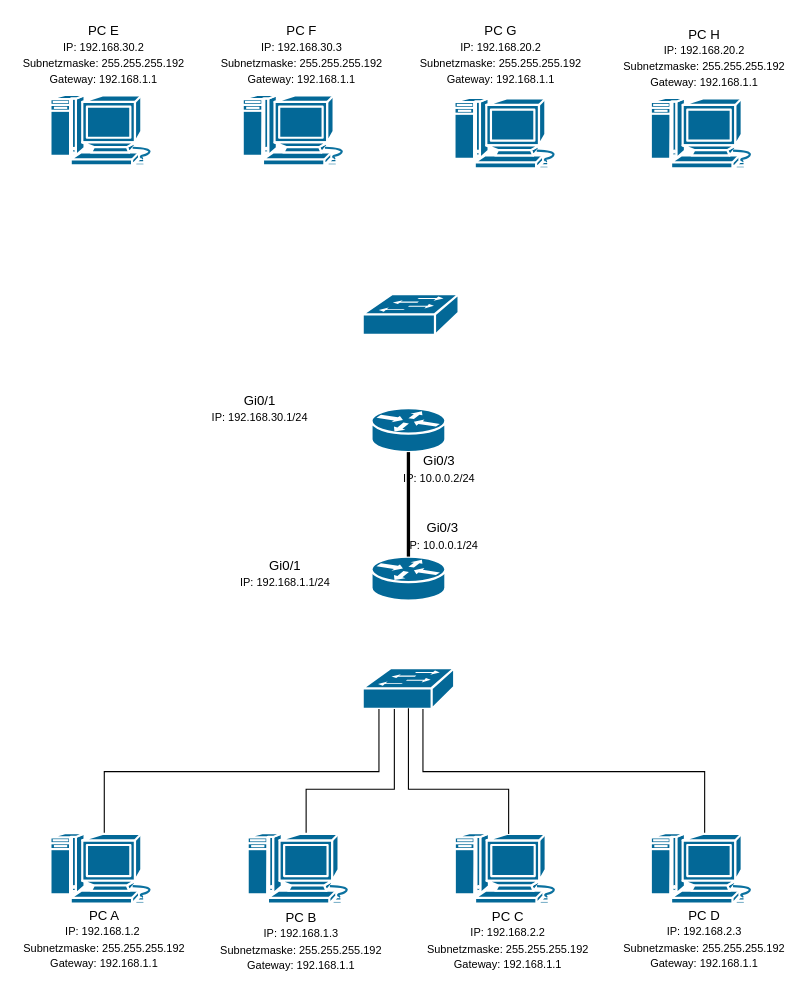
Above: Fehler Schicht 3.drawio in PLAD26/-MAC-Tabellen-und-Switching- (draw.io), before the change. Source tidied: cells renumbered, new cells numbered last; positions are measured from the earlier drawing's top-left corner, leaving out a move shared by most shapes. Both pictures are drawn from the tidied source at 110%, with x=0, y=0 at pixel (19, 19).
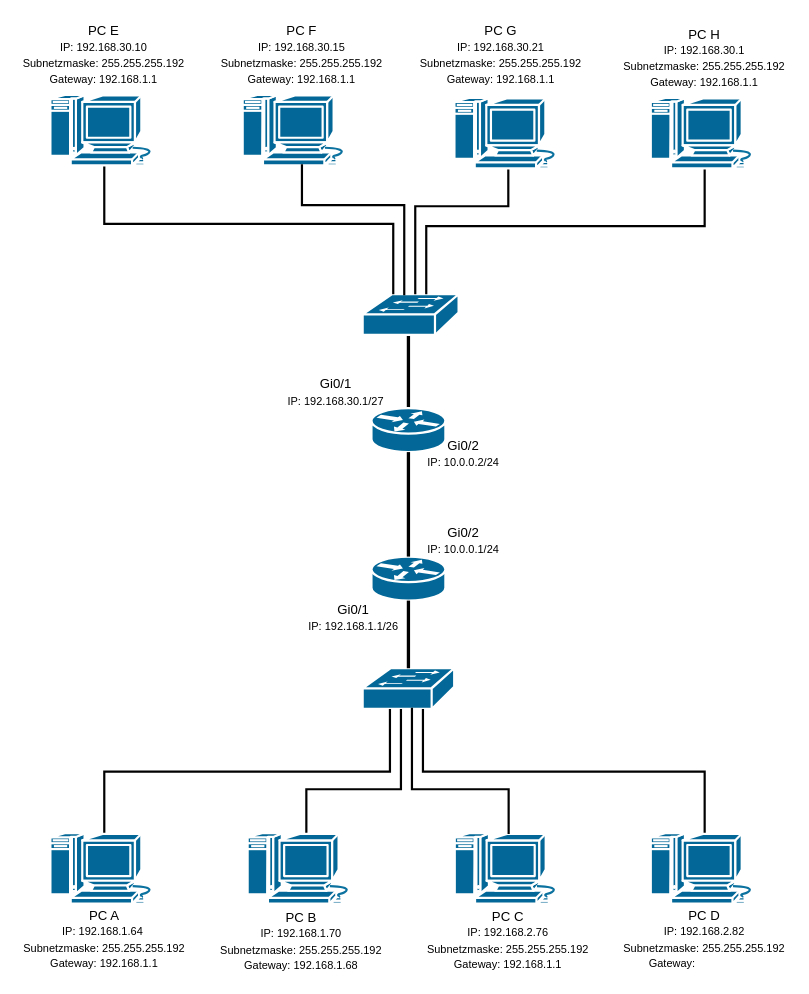
The same diagram, later.

The change refers to these unchanged cells:
```xml
<mxCell id="2" style="strokeColor=#ffffff;sketch=0;html=1;dashed=0;fillColor=#036897;strokeWidth=2;verticalLabelPosition=bottom;verticalAlign=top;align=center;outlineConnect=0;shape=mxgraph.cisco.routers.router;" parent="1" vertex="1">
  <mxGeometry x="320.2" y="488.5" width="67.2" height="40" as="geometry" />
</mxCell>
<mxCell id="3" style="strokeColor=#ffffff;sketch=0;html=1;dashed=0;fillColor=#036897;strokeWidth=2;verticalLabelPosition=bottom;verticalAlign=top;align=center;outlineConnect=0;shape=mxgraph.cisco.switches.workgroup_switch;" parent="1" vertex="1">
  <mxGeometry x="312.2" y="590" width="83.2" height="37" as="geometry" />
</mxCell>
<mxCell id="5" style="sketch=0;html=1;dashed=0;fillColor=#036897;strokeColor=#ffffff;strokeWidth=2;verticalLabelPosition=bottom;verticalAlign=top;align=center;outlineConnect=0;shape=mxgraph.cisco.computers_and_peripherals.macintosh;" parent="1" vertex="1">
  <mxGeometry x="27.8" y="740" width="99" height="64" as="geometry" />
</mxCell>
<mxCell id="8" style="sketch=0;html=1;dashed=0;fillColor=#036897;strokeColor=#ffffff;strokeWidth=2;verticalLabelPosition=bottom;verticalAlign=top;align=center;outlineConnect=0;shape=mxgraph.cisco.computers_and_peripherals.macintosh;" parent="1" vertex="1">
  <mxGeometry x="395.4" y="740" width="99" height="64" as="geometry" />
</mxCell>
<mxCell id="10" style="sketch=0;html=1;dashed=0;fillColor=#036897;strokeColor=#ffffff;strokeWidth=2;verticalLabelPosition=bottom;verticalAlign=top;align=center;outlineConnect=0;shape=mxgraph.cisco.computers_and_peripherals.macintosh;" parent="1" vertex="1">
  <mxGeometry x="573.6" y="740" width="99" height="64" as="geometry" />
</mxCell>
<mxCell id="16" style="strokeColor=#ffffff;sketch=0;html=1;dashed=0;fillColor=#036897;strokeWidth=2;verticalLabelPosition=bottom;verticalAlign=top;align=center;outlineConnect=0;shape=mxgraph.cisco.routers.router;" parent="1" vertex="1">
  <mxGeometry x="320.2" y="353.5" width="67.2" height="40" as="geometry" />
</mxCell>
<mxCell id="17" style="strokeColor=#ffffff;sketch=0;html=1;dashed=0;fillColor=#036897;strokeWidth=2;verticalLabelPosition=bottom;verticalAlign=top;align=center;outlineConnect=0;shape=mxgraph.cisco.switches.workgroup_switch;" parent="1" vertex="1">
  <mxGeometry x="312.2" y="250" width="87.2" height="37" as="geometry" />
</mxCell>
<mxCell id="18" style="sketch=0;html=1;dashed=0;fillColor=#036897;strokeColor=#ffffff;strokeWidth=2;verticalLabelPosition=bottom;verticalAlign=top;align=center;outlineConnect=0;shape=mxgraph.cisco.computers_and_peripherals.macintosh;" parent="1" vertex="1">
  <mxGeometry x="27.8" y="68.8" width="99" height="64" as="geometry" />
</mxCell>
<mxCell id="20" style="sketch=0;html=1;dashed=0;fillColor=#036897;strokeColor=#ffffff;strokeWidth=2;verticalLabelPosition=bottom;verticalAlign=top;align=center;outlineConnect=0;shape=mxgraph.cisco.computers_and_peripherals.macintosh;" parent="1" vertex="1">
  <mxGeometry x="395.1" y="71.5" width="99" height="64" as="geometry" />
</mxCell>
<mxCell id="21" style="sketch=0;html=1;dashed=0;fillColor=#036897;strokeColor=#ffffff;strokeWidth=2;verticalLabelPosition=bottom;verticalAlign=top;align=center;outlineConnect=0;shape=mxgraph.cisco.computers_and_peripherals.macintosh;" parent="1" vertex="1">
  <mxGeometry x="573.6" y="71.5" width="99" height="64" as="geometry" />
</mxCell>
```

Change to the diagram source:
```diff
@@
-    <mxCell id="4" style="edgeStyle=orthogonalEdgeStyle;rounded=0;jettySize=auto;html=1;exitX=0.5;exitY=0.01;exitDx=0;exitDy=0;exitPerimeter=0;endArrow=none;endFill=0;" parent="1" edge="1" source="5" target="3">
+    <mxCell id="4" style="edgeStyle=orthogonalEdgeStyle;rounded=0;jettySize=auto;html=1;exitX=0.5;exitY=0.01;exitDx=0;exitDy=0;exitPerimeter=0;endArrow=none;endFill=0;strokeWidth=2;" parent="1" edge="1" source="5" target="3">
       <mxGeometry relative="1" as="geometry">
         <Array as="points">
           <mxPoint x="77" y="684" />
-          <mxPoint x="327" y="684" />
+          <mxPoint x="337" y="684" />
         </Array>
       </mxGeometry>
     </mxCell>
@@
-    <mxCell id="6" style="edgeStyle=orthogonalEdgeStyle;rounded=0;jettySize=auto;html=1;exitX=0.5;exitY=0.01;exitDx=0;exitDy=0;exitPerimeter=0;endArrow=none;endFill=0;" parent="1" edge="1" target="3">
+    <mxCell id="6" style="edgeStyle=orthogonalEdgeStyle;rounded=0;jettySize=auto;html=1;exitX=0.5;exitY=0.01;exitDx=0;exitDy=0;exitPerimeter=0;endArrow=none;endFill=0;strokeWidth=2;" parent="1" edge="1" target="3">
       <mxGeometry relative="1" as="geometry">
-        <mxPoint x="260.8" y="740.6" as="sourcePoint" />
+        <mxPoint x="260" y="740.6" as="sourcePoint" />
         <Array as="points">
+          <mxPoint x="261" y="741" />
           <mxPoint x="261" y="700" />
-          <mxPoint x="341" y="700" />
+          <mxPoint x="347" y="700" />
         </Array>
       </mxGeometry>
     </mxCell>
@@
-    <mxCell id="9" style="edgeStyle=orthogonalEdgeStyle;rounded=0;jettySize=auto;html=1;exitX=0.5;exitY=0.01;exitDx=0;exitDy=0;exitPerimeter=0;endArrow=none;endFill=0;" parent="1" edge="1" source="10" target="3">
+    <mxCell id="9" style="edgeStyle=orthogonalEdgeStyle;rounded=0;jettySize=auto;html=1;exitX=0.5;exitY=0.01;exitDx=0;exitDy=0;exitPerimeter=0;endArrow=none;endFill=0;strokeWidth=2;" parent="1" edge="1" source="10" target="3">
       <mxGeometry relative="1" as="geometry">
         <Array as="points">
           <mxPoint x="623" y="684" />
           <mxPoint x="367" y="684" />
         </Array>
       </mxGeometry>
     </mxCell>
@@
-    <mxCell id="11" value="PC A&lt;div&gt;&lt;font style=&quot;font-size: 10px;&quot;&gt;IP: 192.168.1.2&amp;nbsp;&lt;/font&gt;&lt;/div&gt;&lt;div&gt;&lt;font style=&quot;font-size: 10px;&quot;&gt;Subnetzmaske: 255.255.255.192&lt;/font&gt;&lt;/div&gt;&lt;div&gt;&lt;font style=&quot;font-size: 10px;&quot;&gt;Gateway: 192.168.1.1&lt;/font&gt;&lt;/div&gt;" style="text;html=1;whiteSpace=wrap;strokeColor=none;fillColor=none;align=center;verticalAlign=middle;rounded=0;" parent="1" vertex="1">
+    <mxCell id="11" value="PC A&lt;div&gt;&lt;font style=&quot;font-size: 10px;&quot;&gt;IP: 192.168.1.64&amp;nbsp;&lt;/font&gt;&lt;/div&gt;&lt;div&gt;&lt;font style=&quot;font-size: 10px;&quot;&gt;Subnetzmaske: 255.255.255.192&lt;/font&gt;&lt;/div&gt;&lt;div&gt;&lt;font style=&quot;font-size: 10px;&quot;&gt;Gateway: 192.168.1.1&lt;/font&gt;&lt;/div&gt;" style="text;html=1;whiteSpace=wrap;strokeColor=none;fillColor=none;align=center;verticalAlign=middle;rounded=0;" parent="1" vertex="1">
       <mxGeometry y="807.5" width="154.6" height="56" as="geometry" />
     </mxCell>
-    <mxCell id="12" value="PC B&lt;div&gt;&lt;font style=&quot;font-size: 10px;&quot;&gt;IP: 192.168.1.3&lt;/font&gt;&lt;/div&gt;&lt;div&gt;&lt;font style=&quot;font-size: 10px;&quot;&gt;&lt;div style=&quot;font-size: 12px;&quot;&gt;&lt;div&gt;&lt;span style=&quot;font-size: 10px; background-color: transparent; color: light-dark(rgb(0, 0, 0), rgb(255, 255, 255));&quot;&gt;Subnetzmaske: 255.255.255.192&lt;/span&gt;&lt;/div&gt;&lt;div&gt;&lt;font style=&quot;font-size: 10px;&quot;&gt;Gateway: 192.168.1.1&lt;/font&gt;&lt;/div&gt;&lt;/div&gt;&lt;/font&gt;&lt;/div&gt;" style="text;html=1;whiteSpace=wrap;strokeColor=none;fillColor=none;align=center;verticalAlign=middle;rounded=0;" parent="1" vertex="1">
+    <mxCell id="12" value="PC B&lt;div&gt;&lt;font style=&quot;font-size: 10px;&quot;&gt;IP: 192.168.1.70&lt;/font&gt;&lt;/div&gt;&lt;div&gt;&lt;font style=&quot;font-size: 10px;&quot;&gt;&lt;div style=&quot;font-size: 12px;&quot;&gt;&lt;div&gt;&lt;span style=&quot;font-size: 10px; background-color: transparent; color: light-dark(rgb(0, 0, 0), rgb(255, 255, 255));&quot;&gt;Subnetzmaske: 255.255.255.192&lt;/span&gt;&lt;/div&gt;&lt;div&gt;&lt;font style=&quot;font-size: 10px;&quot;&gt;Gateway: 192.168.1.68&lt;/font&gt;&lt;/div&gt;&lt;/div&gt;&lt;/font&gt;&lt;/div&gt;" style="text;html=1;whiteSpace=wrap;strokeColor=none;fillColor=none;align=center;verticalAlign=middle;rounded=0;" parent="1" vertex="1">
       <mxGeometry x="172.3" y="806.5" width="168.9" height="63" as="geometry" />
     </mxCell>
-    <mxCell id="13" value="PC C&lt;div&gt;&lt;font style=&quot;font-size: 10px;&quot;&gt;IP: 192.168.2.2&lt;/font&gt;&lt;/div&gt;&lt;div&gt;&lt;font style=&quot;font-size: 10px;&quot;&gt;&lt;div style=&quot;font-size: 12px;&quot;&gt;&lt;div&gt;&lt;font style=&quot;font-size: 10px;&quot;&gt;Subnetzmaske: 255.255.255.192&lt;/font&gt;&lt;/div&gt;&lt;div&gt;&lt;font style=&quot;font-size: 10px;&quot;&gt;Gateway: 192.168.1.1&lt;/font&gt;&lt;/div&gt;&lt;/div&gt;&lt;/font&gt;&lt;/div&gt;" style="text;html=1;whiteSpace=wrap;strokeColor=none;fillColor=none;align=center;verticalAlign=middle;rounded=0;" parent="1" vertex="1">
+    <mxCell id="13" value="PC C&lt;div&gt;&lt;font style=&quot;font-size: 10px;&quot;&gt;IP: 192.168.2.76&lt;/font&gt;&lt;/div&gt;&lt;div&gt;&lt;font style=&quot;font-size: 10px;&quot;&gt;&lt;div style=&quot;font-size: 12px;&quot;&gt;&lt;div&gt;&lt;font style=&quot;font-size: 10px;&quot;&gt;Subnetzmaske: 255.255.255.192&lt;/font&gt;&lt;/div&gt;&lt;div&gt;&lt;font style=&quot;font-size: 10px;&quot;&gt;Gateway: 192.168.1.1&lt;/font&gt;&lt;/div&gt;&lt;/div&gt;&lt;/font&gt;&lt;/div&gt;" style="text;html=1;whiteSpace=wrap;strokeColor=none;fillColor=none;align=center;verticalAlign=middle;rounded=0;" parent="1" vertex="1">
       <mxGeometry x="357.1" y="805.5" width="175" height="63" as="geometry" />
     </mxCell>
-    <mxCell id="14" value="Gi0/1&lt;br&gt;&lt;div&gt;&lt;font style=&quot;font-size: 10px;&quot;&gt;IP: 192.168.1.1/24&lt;/font&gt;&lt;/div&gt;" style="text;html=1;whiteSpace=wrap;strokeColor=none;fillColor=none;align=center;verticalAlign=middle;rounded=0;" parent="1" vertex="1">
-      <mxGeometry x="189.1" y="488.5" width="105.8" height="30" as="geometry" />
+    <mxCell id="14" value="Gi0/1&lt;br&gt;&lt;div&gt;&lt;font style=&quot;font-size: 10px;&quot;&gt;IP: 192.168.1.1/26&lt;/font&gt;&lt;/div&gt;" style="text;html=1;whiteSpace=wrap;strokeColor=none;fillColor=none;align=center;verticalAlign=middle;rounded=0;" parent="1" vertex="1">
+      <mxGeometry x="251.3" y="528.5" width="105.8" height="30" as="geometry" />
     </mxCell>
-    <mxCell id="15" value="PC D&lt;div&gt;&lt;font style=&quot;font-size: 10px;&quot;&gt;IP: 192.168.2.3&lt;/font&gt;&lt;/div&gt;&lt;div&gt;&lt;font style=&quot;font-size: 10px;&quot;&gt;&lt;div style=&quot;font-size: 12px;&quot;&gt;&lt;div&gt;&lt;font style=&quot;font-size: 10px;&quot;&gt;Subnetzmaske: 255.255.255.192&lt;/font&gt;&lt;/div&gt;&lt;div&gt;&lt;font style=&quot;font-size: 10px;&quot;&gt;Gateway: 192.168.1.1&lt;/font&gt;&lt;/div&gt;&lt;/div&gt;&lt;/font&gt;&lt;/div&gt;" style="text;html=1;whiteSpace=wrap;strokeColor=none;fillColor=none;align=center;verticalAlign=middle;rounded=0;" parent="1" vertex="1">
+    <mxCell id="15" value="PC D&lt;div&gt;&lt;font style=&quot;font-size: 10px;&quot;&gt;IP: 192.168.2.82&lt;/font&gt;&lt;/div&gt;&lt;div&gt;&lt;font style=&quot;font-size: 10px;&quot;&gt;&lt;div style=&quot;font-size: 12px;&quot;&gt;&lt;div&gt;&lt;font style=&quot;font-size: 10px;&quot;&gt;Subnetzmaske: 255.255.255.192&lt;/font&gt;&lt;/div&gt;&lt;div&gt;&lt;font style=&quot;font-size: 10px;&quot;&gt;Gateway:&amp;nbsp; &amp;nbsp; &amp;nbsp; &amp;nbsp; &amp;nbsp; &amp;nbsp; &amp;nbsp; &amp;nbsp; &amp;nbsp; &amp;nbsp; &amp;nbsp;&lt;/font&gt;&lt;/div&gt;&lt;/div&gt;&lt;/font&gt;&lt;/div&gt;" style="text;html=1;whiteSpace=wrap;strokeColor=none;fillColor=none;align=center;verticalAlign=middle;rounded=0;" parent="1" vertex="1">
       <mxGeometry x="546.1" y="804" width="154" height="63" as="geometry" />
     </mxCell>
+    <mxCell id="31" style="edgeStyle=orthogonalEdgeStyle;rounded=0;jettySize=auto;html=1;exitX=0.5;exitY=0;exitDx=0;exitDy=0;exitPerimeter=0;endArrow=none;endFill=0;strokeWidth=3;" parent="1" edge="1" source="16" target="17">
+      <mxGeometry relative="1" as="geometry">
+        <Array as="points">
+          <mxPoint x="354" y="300" />
+          <mxPoint x="354" y="300" />
+        </Array>
+      </mxGeometry>
+    </mxCell>
@@
+    <mxCell id="32" style="edgeStyle=orthogonalEdgeStyle;rounded=0;jettySize=auto;html=1;exitX=0.5;exitY=1;exitDx=0;exitDy=0;exitPerimeter=0;endArrow=none;endFill=0;strokeWidth=2;" parent="1" edge="1" source="18">
+      <mxGeometry relative="1" as="geometry">
+        <mxPoint x="340" y="250" as="targetPoint" />
+        <Array as="points">
+          <mxPoint x="77" y="186" />
+          <mxPoint x="340" y="186" />
+        </Array>
+      </mxGeometry>
+    </mxCell>
@@
+    <mxCell id="33" style="edgeStyle=orthogonalEdgeStyle;rounded=0;jettySize=auto;html=1;endArrow=none;endFill=0;strokeWidth=2;targetPerimeterSpacing=-1;exitX=0.5;exitY=1;exitDx=0;exitDy=0;exitPerimeter=0;" parent="1" edge="1" target="17">
+      <mxGeometry relative="1" as="geometry">
+        <mxPoint x="257" y="131.8" as="sourcePoint" />
+        <Array as="points">
+          <mxPoint x="257" y="169" />
+          <mxPoint x="350" y="169" />
+        </Array>
+      </mxGeometry>
+    </mxCell>
+    <mxCell id="34" style="edgeStyle=orthogonalEdgeStyle;rounded=0;jettySize=auto;html=1;exitX=0.5;exitY=1;exitDx=0;exitDy=0;exitPerimeter=0;endArrow=none;endFill=0;strokeWidth=2;" parent="1" edge="1" source="20" target="17">
+      <mxGeometry relative="1" as="geometry">
+        <Array as="points">
+          <mxPoint x="445" y="170" />
+          <mxPoint x="360" y="170" />
+        </Array>
+      </mxGeometry>
+    </mxCell>
@@
+    <mxCell id="35" style="edgeStyle=orthogonalEdgeStyle;rounded=0;jettySize=auto;html=1;exitX=0.5;exitY=1;exitDx=0;exitDy=0;exitPerimeter=0;endArrow=none;endFill=0;strokeWidth=2;" parent="1" edge="1" source="21" target="17">
+      <mxGeometry relative="1" as="geometry">
+        <Array as="points">
+          <mxPoint x="623" y="188" />
+          <mxPoint x="370" y="188" />
+        </Array>
+      </mxGeometry>
+    </mxCell>
@@
-    <mxCell id="22" value="PC E&lt;div&gt;&lt;font style=&quot;font-size: 10px;&quot;&gt;IP: 192.168.30.2&lt;/font&gt;&lt;/div&gt;&lt;div&gt;&lt;font style=&quot;font-size: 10px;&quot;&gt;&lt;div style=&quot;font-size: 12px;&quot;&gt;&lt;div&gt;&lt;font style=&quot;font-size: 10px;&quot;&gt;Subnetzmaske: 255.255.255.192&lt;/font&gt;&lt;/div&gt;&lt;div&gt;&lt;font style=&quot;font-size: 10px;&quot;&gt;Gateway: 192.168.1.1&lt;/font&gt;&lt;/div&gt;&lt;/div&gt;&lt;/font&gt;&lt;/div&gt;" style="text;html=1;whiteSpace=wrap;strokeColor=none;fillColor=none;align=center;verticalAlign=middle;rounded=0;" parent="1" vertex="1">
+    <mxCell id="22" value="PC E&lt;div&gt;&lt;font style=&quot;font-size: 10px;&quot;&gt;IP: 192.168.30.10&lt;/font&gt;&lt;/div&gt;&lt;div&gt;&lt;font style=&quot;font-size: 10px;&quot;&gt;&lt;div style=&quot;font-size: 12px;&quot;&gt;&lt;div&gt;&lt;font style=&quot;font-size: 10px;&quot;&gt;Subnetzmaske: 255.255.255.192&lt;/font&gt;&lt;/div&gt;&lt;div&gt;&lt;font style=&quot;font-size: 10px;&quot;&gt;Gateway: 192.168.1.1&lt;/font&gt;&lt;/div&gt;&lt;/div&gt;&lt;/font&gt;&lt;/div&gt;" style="text;html=1;whiteSpace=wrap;strokeColor=none;fillColor=none;align=center;verticalAlign=middle;rounded=0;" parent="1" vertex="1">
       <mxGeometry width="154.2" height="63" as="geometry" />
     </mxCell>
-    <mxCell id="23" value="PC F&lt;div&gt;&lt;font style=&quot;font-size: 10px;&quot;&gt;IP: 192.168.30.3&lt;/font&gt;&lt;/div&gt;&lt;div&gt;&lt;font style=&quot;font-size: 10px;&quot;&gt;&lt;div style=&quot;font-size: 12px;&quot;&gt;&lt;div&gt;&lt;font style=&quot;font-size: 10px;&quot;&gt;Subnetzmaske: 255.255.255.192&lt;/font&gt;&lt;/div&gt;&lt;div&gt;&lt;font style=&quot;font-size: 10px;&quot;&gt;Gateway: 192.168.1.1&lt;/font&gt;&lt;/div&gt;&lt;/div&gt;&lt;/font&gt;&lt;/div&gt;" style="text;html=1;whiteSpace=wrap;strokeColor=none;fillColor=none;align=center;verticalAlign=middle;rounded=0;" parent="1" vertex="1">
+    <mxCell id="23" value="PC F&lt;div&gt;&lt;font style=&quot;font-size: 10px;&quot;&gt;IP: 192.168.30.15&lt;/font&gt;&lt;/div&gt;&lt;div&gt;&lt;font style=&quot;font-size: 10px;&quot;&gt;&lt;div style=&quot;font-size: 12px;&quot;&gt;&lt;div&gt;&lt;font style=&quot;font-size: 10px;&quot;&gt;Subnetzmaske: 255.255.255.192&lt;/font&gt;&lt;/div&gt;&lt;div&gt;&lt;font style=&quot;font-size: 10px;&quot;&gt;Gateway: 192.168.1.1&lt;/font&gt;&lt;/div&gt;&lt;/div&gt;&lt;/font&gt;&lt;/div&gt;" style="text;html=1;whiteSpace=wrap;strokeColor=none;fillColor=none;align=center;verticalAlign=middle;rounded=0;" parent="1" vertex="1">
       <mxGeometry x="181.7" y="5.8" width="149.8" height="51.5" as="geometry" />
     </mxCell>
-    <mxCell id="24" value="PC G&lt;div&gt;&lt;font style=&quot;font-size: 10px;&quot;&gt;IP: 192.168.20.2&lt;/font&gt;&lt;/div&gt;&lt;div&gt;&lt;font style=&quot;font-size: 10px;&quot;&gt;&lt;div style=&quot;font-size: 12px;&quot;&gt;&lt;div&gt;&lt;font style=&quot;font-size: 10px;&quot;&gt;Subnetzmaske: 255.255.255.192&lt;/font&gt;&lt;/div&gt;&lt;div&gt;&lt;font style=&quot;font-size: 10px;&quot;&gt;Gateway: 192.168.1.1&lt;/font&gt;&lt;/div&gt;&lt;/div&gt;&lt;/font&gt;&lt;/div&gt;" style="text;html=1;whiteSpace=wrap;strokeColor=none;fillColor=none;align=center;verticalAlign=middle;rounded=0;" parent="1" vertex="1">
+    <mxCell id="24" value="PC G&lt;div&gt;&lt;font style=&quot;font-size: 10px;&quot;&gt;IP: 192.168.30.21&lt;/font&gt;&lt;/div&gt;&lt;div&gt;&lt;font style=&quot;font-size: 10px;&quot;&gt;&lt;div style=&quot;font-size: 12px;&quot;&gt;&lt;div&gt;&lt;font style=&quot;font-size: 10px;&quot;&gt;Subnetzmaske: 255.255.255.192&lt;/font&gt;&lt;/div&gt;&lt;div&gt;&lt;font style=&quot;font-size: 10px;&quot;&gt;Gateway: 192.168.1.1&lt;/font&gt;&lt;/div&gt;&lt;/div&gt;&lt;/font&gt;&lt;/div&gt;" style="text;html=1;whiteSpace=wrap;strokeColor=none;fillColor=none;align=center;verticalAlign=middle;rounded=0;" parent="1" vertex="1">
       <mxGeometry x="361" y="3" width="154" height="57" as="geometry" />
     </mxCell>
-    <mxCell id="25" value="PC H&lt;div&gt;&lt;font style=&quot;font-size: 10px;&quot;&gt;IP: 192.168.20.2&lt;/font&gt;&lt;/div&gt;&lt;div&gt;&lt;font style=&quot;font-size: 10px;&quot;&gt;&lt;div style=&quot;font-size: 12px;&quot;&gt;&lt;div&gt;&lt;font style=&quot;font-size: 10px;&quot;&gt;Subnetzmaske: 255.255.255.192&lt;/font&gt;&lt;/div&gt;&lt;div&gt;&lt;font style=&quot;font-size: 10px;&quot;&gt;Gateway: 192.168.1.1&lt;/font&gt;&lt;/div&gt;&lt;/div&gt;&lt;/font&gt;&lt;/div&gt;" style="text;html=1;whiteSpace=wrap;strokeColor=none;fillColor=none;align=center;verticalAlign=middle;rounded=0;" parent="1" vertex="1">
+    <mxCell id="25" value="PC H&lt;div&gt;&lt;font style=&quot;font-size: 10px;&quot;&gt;IP: 192.168.30.1&lt;/font&gt;&lt;/div&gt;&lt;div&gt;&lt;font style=&quot;font-size: 10px;&quot;&gt;&lt;div style=&quot;font-size: 12px;&quot;&gt;&lt;div&gt;&lt;font style=&quot;font-size: 10px;&quot;&gt;Subnetzmaske: 255.255.255.192&lt;/font&gt;&lt;/div&gt;&lt;div&gt;&lt;font style=&quot;font-size: 10px;&quot;&gt;Gateway: 192.168.1.1&lt;/font&gt;&lt;/div&gt;&lt;/div&gt;&lt;/font&gt;&lt;/div&gt;" style="text;html=1;whiteSpace=wrap;strokeColor=none;fillColor=none;align=center;verticalAlign=middle;rounded=0;" parent="1" vertex="1">
       <mxGeometry x="546.1" y="6" width="154" height="57" as="geometry" />
     </mxCell>
-    <mxCell id="26" value="Gi0/1&lt;br&gt;&lt;div&gt;&lt;font style=&quot;font-size: 10px;&quot;&gt;IP: 192.168.30.1/24&lt;/font&gt;&lt;/div&gt;" style="text;html=1;whiteSpace=wrap;strokeColor=none;fillColor=none;align=center;verticalAlign=middle;rounded=0;" parent="1" vertex="1">
-      <mxGeometry x="165.6" y="338.5" width="105.8" height="30" as="geometry" />
+    <mxCell id="26" value="Gi0/1&lt;br&gt;&lt;div&gt;&lt;font style=&quot;font-size: 10px;&quot;&gt;IP: 192.168.30.1/27&lt;/font&gt;&lt;/div&gt;" style="text;html=1;whiteSpace=wrap;strokeColor=none;fillColor=none;align=center;verticalAlign=middle;rounded=0;" parent="1" vertex="1">
+      <mxGeometry x="235.4" y="323.5" width="105.8" height="30" as="geometry" />
     </mxCell>
-    <mxCell id="27" value="Gi0/3&lt;br&gt;&lt;div&gt;&lt;font style=&quot;font-size: 10px;&quot;&gt;IP: 10.0.0.1/24&lt;/font&gt;&lt;/div&gt;" style="text;html=1;whiteSpace=wrap;strokeColor=none;fillColor=none;align=center;verticalAlign=middle;rounded=0;" parent="1" vertex="1">
-      <mxGeometry x="331.8" y="454.5" width="105.8" height="30" as="geometry" />
+    <mxCell id="27" value="Gi0/2&lt;br&gt;&lt;div&gt;&lt;font style=&quot;font-size: 10px;&quot;&gt;IP: 10.0.0.1/24&lt;/font&gt;&lt;/div&gt;" style="text;html=1;whiteSpace=wrap;strokeColor=none;fillColor=none;align=center;verticalAlign=middle;rounded=0;" parent="1" vertex="1">
+      <mxGeometry x="351" y="458.5" width="105.8" height="30" as="geometry" />
     </mxCell>
-    <mxCell id="28" value="Gi0/3&lt;br&gt;&lt;div&gt;&lt;font style=&quot;font-size: 10px;&quot;&gt;IP: 10.0.0.2/24&lt;/font&gt;&lt;/div&gt;" style="text;html=1;whiteSpace=wrap;strokeColor=none;fillColor=none;align=center;verticalAlign=middle;rounded=0;" parent="1" vertex="1">
-      <mxGeometry x="329.1" y="393.5" width="105.8" height="30" as="geometry" />
+    <mxCell id="28" value="Gi0/2&lt;br&gt;&lt;div&gt;&lt;font style=&quot;font-size: 10px;&quot;&gt;IP: 10.0.0.2/24&lt;/font&gt;&lt;/div&gt;" style="text;html=1;whiteSpace=wrap;strokeColor=none;fillColor=none;align=center;verticalAlign=middle;rounded=0;" parent="1" vertex="1">
+      <mxGeometry x="351" y="380" width="105.8" height="30" as="geometry" />
     </mxCell>
@@
-    <mxCell id="30" style="edgeStyle=orthogonalEdgeStyle;rounded=0;jettySize=auto;html=1;exitX=0.5;exitY=0.01;exitDx=0;exitDy=0;exitPerimeter=0;entryX=0.5;entryY=0.98;entryDx=0;entryDy=0;entryPerimeter=0;endArrow=none;endFill=0;" parent="1" edge="1" source="8" target="3">
+    <mxCell id="30" style="edgeStyle=orthogonalEdgeStyle;rounded=0;jettySize=auto;html=1;exitX=0.5;exitY=0.01;exitDx=0;exitDy=0;exitPerimeter=0;endArrow=none;endFill=0;strokeWidth=2;" parent="1" edge="1" source="8">
       <mxGeometry relative="1" as="geometry">
+        <mxPoint x="357" y="630" as="targetPoint" />
         <Array as="points">
           <mxPoint x="445" y="700" />
-          <mxPoint x="354" y="700" />
+          <mxPoint x="357" y="700" />
+          <mxPoint x="357" y="626" />
         </Array>
       </mxGeometry>
     </mxCell>
+    <mxCell id="36" style="edgeStyle=orthogonalEdgeStyle;rounded=0;jettySize=auto;html=1;exitX=0.5;exitY=0;exitDx=0;exitDy=0;exitPerimeter=0;entryX=0.5;entryY=1;entryDx=0;entryDy=0;entryPerimeter=0;endArrow=none;endFill=0;strokeWidth=3;" parent="1" edge="1" source="3" target="2">
+      <mxGeometry relative="1" as="geometry" />
+    </mxCell>
```
